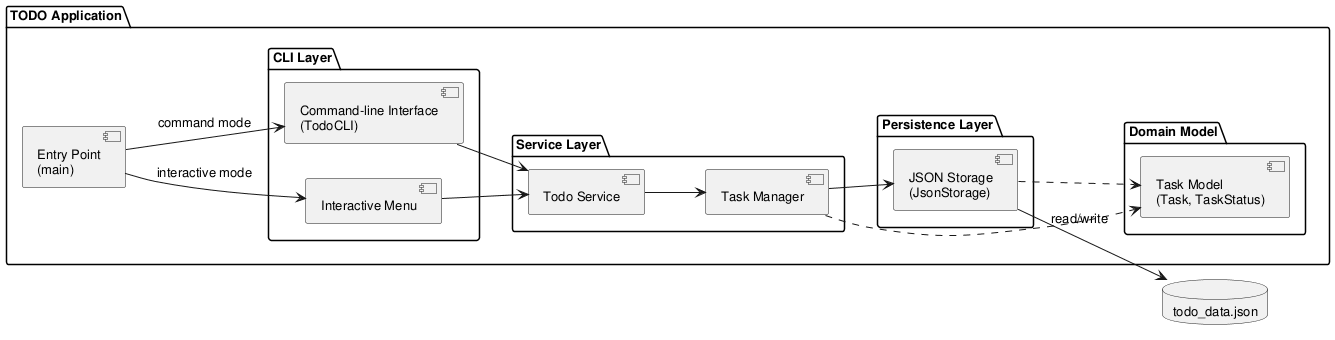
The PlantUML diagram experiments/pipeline/user_stories/TODO/artifacts/component_diagram.png in DanielRiha8906/Software_autoevolution_using_agents, before a commit. Source of this version:
```plantuml
@startuml component_diagram

skinparam componentStyle uml2
skinparam defaultFontSize 13

left to right direction

package "TODO Application" {

    component "Entry Point\n(main)" as Main

    package "CLI Layer" {
        component "Interactive Menu" as IM
        component "Command-line Interface\n(TodoCLI)" as CLI
    }

    package "Service Layer" {
        component "Todo Service" as SVC
        component "Task Manager" as MGR
    }

    package "Domain Model" {
        component "Task Model\n(Task, TaskStatus)" as Model
    }

    package "Persistence Layer" {
        component "JSON Storage\n(JsonStorage)" as Storage
    }
}

database "todo_data.json" as DB

Main --> IM : interactive mode
Main --> CLI : command mode

IM --> SVC
CLI --> SVC

SVC --> MGR
MGR --> Storage
MGR ..> Model
Storage ..> Model

Storage --> DB : read/write

@enduml
```
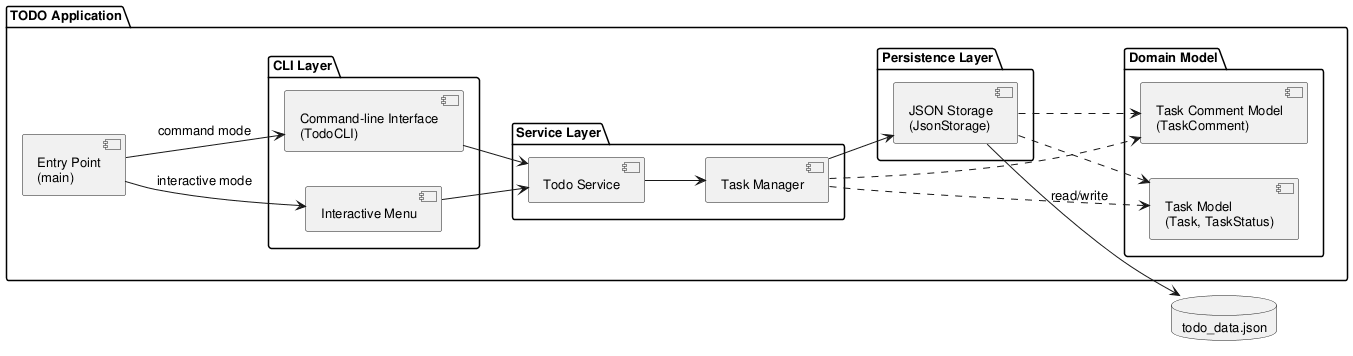
Later version of the same file.

Diff of the diagram source:
```diff
@@ -21,6 +21,7 @@
 
     package "Domain Model" {
         component "Task Model\n(Task, TaskStatus)" as Model
+        component "Task Comment Model\n(TaskComment)" as CommentModel
     }
 
     package "Persistence Layer" {
@@ -39,7 +40,9 @@
 SVC --> MGR
 MGR --> Storage
 MGR ..> Model
+MGR ..> CommentModel
 Storage ..> Model
+Storage ..> CommentModel
 
 Storage --> DB : read/write
 
```
